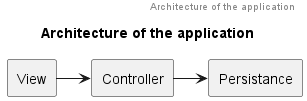
Earlier version of the PlantUML export images/BuildingBlockView.png (Arquisoft/lomap_en2b).
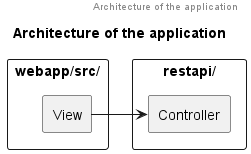
Later version of the same file.

Diff of the diagram source:
```diff
@@ -3,10 +3,13 @@
 header Architecture of the application
 title Architecture of the application
 
-agent "View"
-agent "Controller"
-agent "Persistance"
+rectangle webapp/src/ {
+    agent "View"
+}
 
-"Controller" -> "Persistance"
+rectangle restapi/ {
+    agent "Controller"
+}
+
 "View" -> "Controller"
 @enduml
```
